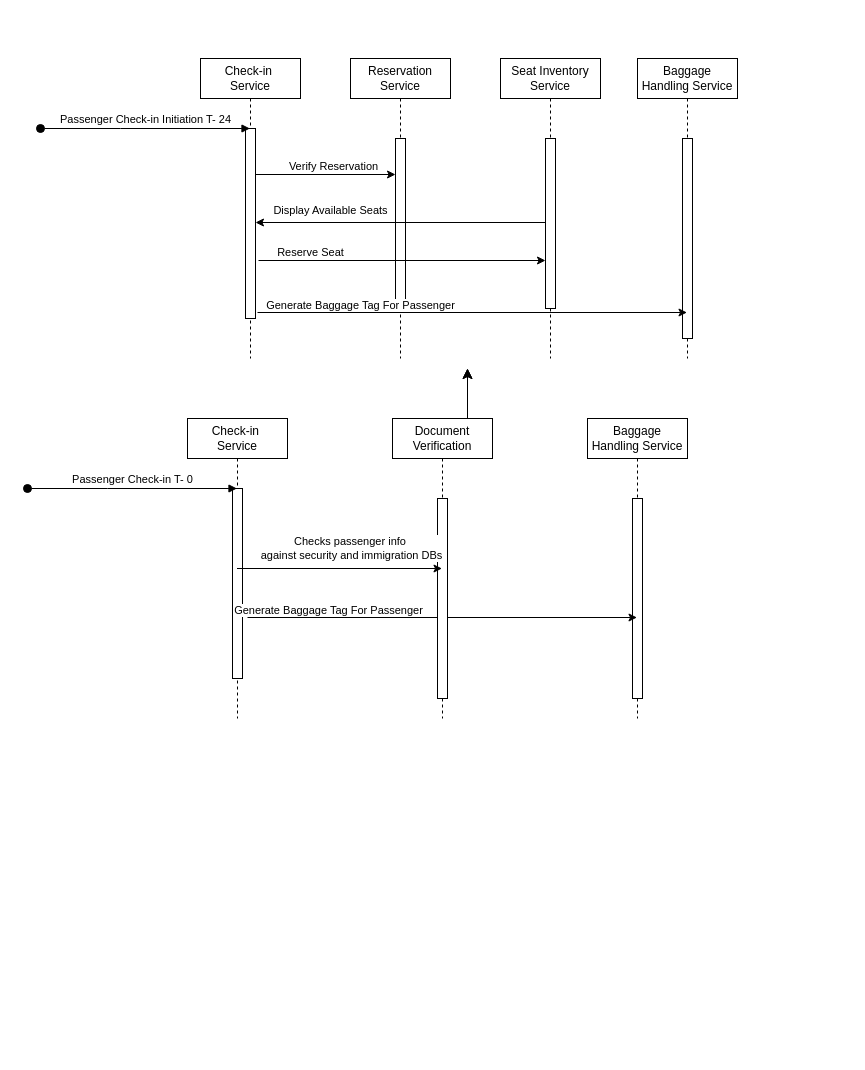
Before: Untitled Diagram.drawio in OrcunColak/drawio, a draw.io diagram. Source tidied: cells renumbered, new cells numbered last; positions are measured from the earlier drawing's top-left corner, leaving out a move shared by most shapes. Both pictures are drawn from the tidied source at 100%, with x=0, y=0 at pixel (27, 58).
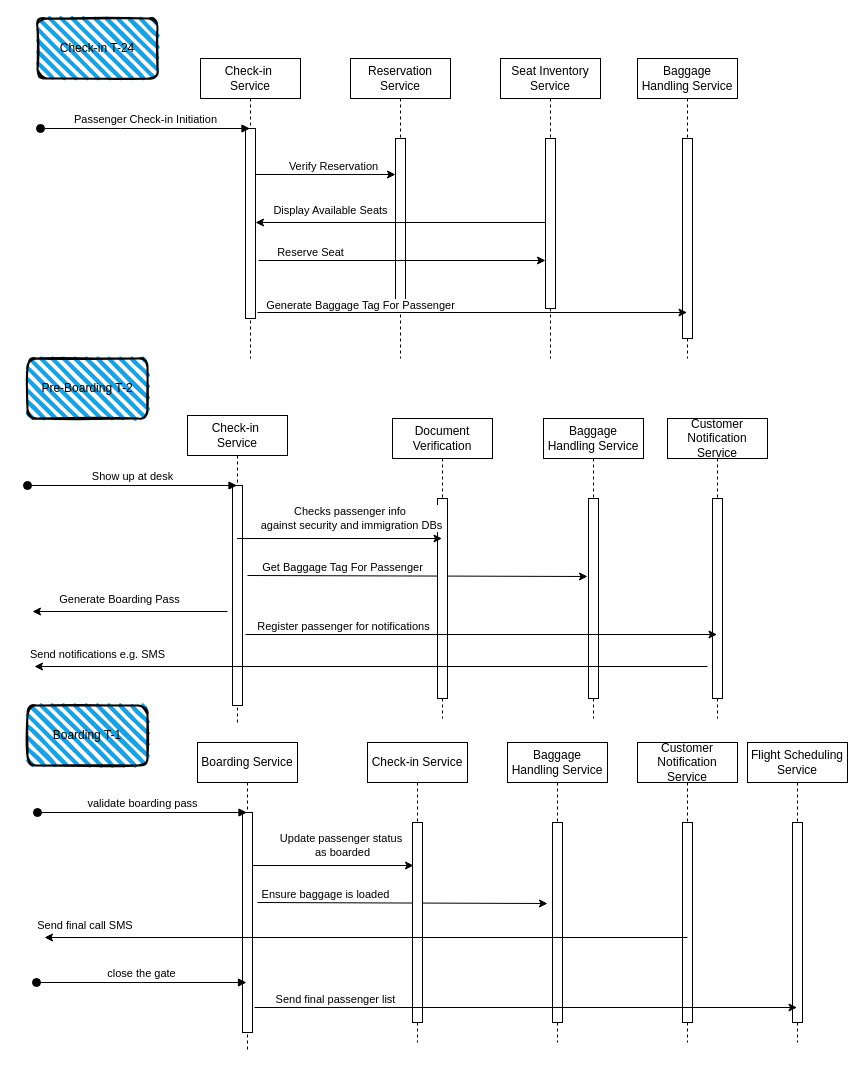
The same diagram, later.

Unchanged cells that the change refers to:
```xml
<mxCell id="2" value="Check-in&amp;nbsp;&lt;div&gt;Service&lt;/div&gt;" style="shape=umlLifeline;perimeter=lifelinePerimeter;whiteSpace=wrap;html=1;outlineConnect=0;portConstraint=eastwest;newEdgeStyle={&quot;edgeStyle&quot;:&quot;elbowEdgeStyle&quot;,&quot;elbow&quot;:&quot;vertical&quot;,&quot;curved&quot;:0,&quot;rounded&quot;:0};" parent="1" vertex="1">
  <mxGeometry x="173" width="100" height="300" as="geometry" />
</mxCell>
<mxCell id="26" value="Document Verification" style="shape=umlLifeline;perimeter=lifelinePerimeter;whiteSpace=wrap;html=1;outlineConnect=0;portConstraint=eastwest;newEdgeStyle={&quot;edgeStyle&quot;:&quot;elbowEdgeStyle&quot;,&quot;elbow&quot;:&quot;vertical&quot;,&quot;curved&quot;:0,&quot;rounded&quot;:0};" parent="1" vertex="1">
  <mxGeometry x="365" y="360" width="100" height="300" as="geometry" />
</mxCell>
```

The edit, as a diff of the source:
```diff
@@
-    <mxCell id="4" value="Passenger Check-in Initiation T- 24" style="html=1;verticalAlign=bottom;startArrow=oval;endArrow=block;startSize=8;edgeStyle=elbowEdgeStyle;elbow=vertical;curved=0;rounded=0;" parent="2" edge="1" target="2">
+    <mxCell id="4" value="Passenger Check-in Initiation" style="html=1;verticalAlign=bottom;startArrow=oval;endArrow=block;startSize=8;edgeStyle=elbowEdgeStyle;elbow=vertical;curved=0;rounded=0;" parent="2" edge="1" target="2">
       <mxGeometry relative="1" as="geometry">
         <mxPoint x="-160" y="70" as="sourcePoint" />
       </mxGeometry>
     </mxCell>
@@
     <mxCell id="19" value="Check-in&amp;nbsp;&lt;div&gt;Service&lt;/div&gt;" style="shape=umlLifeline;perimeter=lifelinePerimeter;whiteSpace=wrap;html=1;outlineConnect=0;portConstraint=eastwest;newEdgeStyle={&quot;edgeStyle&quot;:&quot;elbowEdgeStyle&quot;,&quot;elbow&quot;:&quot;vertical&quot;,&quot;curved&quot;:0,&quot;rounded&quot;:0};" parent="1" vertex="1">
-      <mxGeometry x="160" y="360" width="100" height="300" as="geometry" />
+      <mxGeometry x="160" y="357" width="100" height="310" as="geometry" />
     </mxCell>
     <mxCell id="20" style="html=1;perimeter=orthogonalPerimeter;targetShapes=umlLifeline;newEdgeStyle={&quot;edgeStyle&quot;:&quot;elbowEdgeStyle&quot;,&quot;elbow&quot;:&quot;vertical&quot;,&quot;curved&quot;:0,&quot;rounded&quot;:0};" parent="19" vertex="1">
-      <mxGeometry x="45" y="70" width="10" height="190" as="geometry" />
+      <mxGeometry x="45" y="70" width="10" height="220" as="geometry" />
     </mxCell>
-    <mxCell id="21" value="Passenger Check-in T- 0" style="html=1;verticalAlign=bottom;startArrow=oval;endArrow=block;startSize=8;edgeStyle=elbowEdgeStyle;elbow=vertical;curved=0;rounded=0;" parent="19" edge="1" target="19">
+    <mxCell id="21" value="Show up at desk" style="html=1;verticalAlign=bottom;startArrow=oval;endArrow=block;startSize=8;edgeStyle=elbowEdgeStyle;elbow=vertical;curved=0;rounded=0;" parent="19" edge="1" target="19">
       <mxGeometry relative="1" as="geometry">
         <mxPoint x="-160" y="70" as="sourcePoint" />
       </mxGeometry>
     </mxCell>
     <mxCell id="22" value="Baggage Handling Service" style="shape=umlLifeline;perimeter=lifelinePerimeter;whiteSpace=wrap;html=1;newEdgeStyle={&quot;edgeStyle&quot;:&quot;elbowEdgeStyle&quot;,&quot;elbow&quot;:&quot;vertical&quot;,&quot;curved&quot;:0,&quot;rounded&quot;:0};" parent="1" vertex="1">
-      <mxGeometry x="560" y="360" width="100" height="300" as="geometry" />
+      <mxGeometry x="516" y="360" width="100" height="300" as="geometry" />
     </mxCell>
@@
     <mxCell id="24" style="endArrow=classic;html=1;rounded=0;" parent="1" edge="1">
       <mxGeometry relative="1" as="geometry">
-        <mxPoint x="220" y="559" as="sourcePoint" />
-        <mxPoint x="609.5" y="559" as="targetPoint" />
+        <mxPoint x="220" y="517" as="sourcePoint" />
+        <mxPoint x="560" y="518" as="targetPoint" />
       </mxGeometry>
     </mxCell>
-    <mxCell id="25" value="Generate Baggage Tag For Passenger" style="edgeLabel;html=1;align=center;verticalAlign=middle;" parent="24" vertex="1">
+    <mxCell id="25" value="Get Baggage Tag For Passenger" style="edgeLabel;html=1;align=center;verticalAlign=middle;" parent="24" vertex="1">
       <mxGeometry x="0.1" y="1" relative="1" as="geometry">
-        <mxPoint x="-134" y="-7" as="offset" />
+        <mxPoint x="-93" y="-8" as="offset" />
       </mxGeometry>
     </mxCell>
@@
-    <mxCell id="28" style="endArrow=classic;html=1;rounded=0;" parent="1" edge="1" source="19" target="26">
-      <mxGeometry relative="1" as="geometry" />
+    <mxCell id="28" style="endArrow=classic;html=1;rounded=0;" parent="1" edge="1">
+      <mxGeometry relative="1" as="geometry">
+        <mxPoint x="209.5" y="480" as="sourcePoint" />
+        <mxPoint x="414.5" y="480" as="targetPoint" />
+      </mxGeometry>
     </mxCell>
@@
-    <mxCell id="30" style="edgeStyle=segmentEdgeStyle;endArrow=classic;html=1;curved=0;rounded=0;endSize=8;startSize=8;" parent="1" edge="1">
-      <mxGeometry relative="1" as="geometry">
-        <mxPoint x="390" y="360" as="sourcePoint" />
-        <mxPoint x="440" y="310" as="targetPoint" />
-      </mxGeometry>
-    </mxCell>
-    <mxCell id="31" style="edgeStyle=segmentEdgeStyle;endArrow=classic;html=1;curved=0;rounded=0;endSize=8;startSize=8;" parent="1" edge="1">
-      <mxGeometry relative="1" as="geometry">
-        <mxPoint x="390" y="360" as="sourcePoint" />
-        <mxPoint x="440" y="310" as="targetPoint" />
-      </mxGeometry>
-    </mxCell>
+    <mxCell id="32" style="endArrow=classic;html=1;rounded=0;" parent="1" edge="1">
+      <mxGeometry relative="1" as="geometry">
+        <mxPoint x="200" y="553" as="sourcePoint" />
+        <mxPoint x="5" y="553" as="targetPoint" />
+      </mxGeometry>
+    </mxCell>
+    <mxCell id="33" value="Generate Boarding Pass" style="edgeLabel;html=1;align=center;verticalAlign=middle;" parent="32" vertex="1">
+      <mxGeometry x="-0.43" y="1" relative="1" as="geometry">
+        <mxPoint x="-53" y="-14" as="offset" />
+      </mxGeometry>
+    </mxCell>
+    <mxCell id="34" value="Customer Notification Service" style="shape=umlLifeline;perimeter=lifelinePerimeter;whiteSpace=wrap;html=1;outlineConnect=0;portConstraint=eastwest;newEdgeStyle={&quot;edgeStyle&quot;:&quot;elbowEdgeStyle&quot;,&quot;elbow&quot;:&quot;vertical&quot;,&quot;curved&quot;:0,&quot;rounded&quot;:0};" parent="1" vertex="1">
+      <mxGeometry x="640" y="360" width="100" height="300" as="geometry" />
+    </mxCell>
+    <mxCell id="35" style="html=1;perimeter=orthogonalPerimeter;targetShapes=umlLifeline;newEdgeStyle={&quot;edgeStyle&quot;:&quot;elbowEdgeStyle&quot;,&quot;elbow&quot;:&quot;vertical&quot;,&quot;curved&quot;:0,&quot;rounded&quot;:0};" parent="34" vertex="1">
+      <mxGeometry x="45" y="80" width="10" height="200" as="geometry" />
+    </mxCell>
+    <mxCell id="36" style="endArrow=classic;html=1;rounded=0;" parent="1" edge="1" target="34">
+      <mxGeometry relative="1" as="geometry">
+        <mxPoint x="218" y="576" as="sourcePoint" />
+      </mxGeometry>
+    </mxCell>
+    <mxCell id="37" value="Register passenger for notifications" style="edgeLabel;html=1;align=center;verticalAlign=middle;" parent="36" vertex="1">
+      <mxGeometry x="0.1" y="1" relative="1" as="geometry">
+        <mxPoint x="-162" y="-8" as="offset" />
+      </mxGeometry>
+    </mxCell>
+    <mxCell id="38" style="endArrow=classic;html=1;rounded=0;" parent="1" edge="1">
+      <mxGeometry relative="1" as="geometry">
+        <mxPoint x="680" y="608" as="sourcePoint" />
+        <mxPoint x="7" y="608" as="targetPoint" />
+      </mxGeometry>
+    </mxCell>
+    <mxCell id="39" value="Send notifications e.g. SMS" style="edgeLabel;html=1;align=center;verticalAlign=middle;" parent="38" vertex="1">
+      <mxGeometry x="-0.43" y="1" relative="1" as="geometry">
+        <mxPoint x="-419" y="-14" as="offset" />
+      </mxGeometry>
+    </mxCell>
+    <mxCell id="40" value="Boarding Service" style="shape=umlLifeline;perimeter=lifelinePerimeter;whiteSpace=wrap;html=1;outlineConnect=0;portConstraint=eastwest;newEdgeStyle={&quot;edgeStyle&quot;:&quot;elbowEdgeStyle&quot;,&quot;elbow&quot;:&quot;vertical&quot;,&quot;curved&quot;:0,&quot;rounded&quot;:0};" parent="1" vertex="1">
+      <mxGeometry x="170" y="684" width="100" height="310" as="geometry" />
+    </mxCell>
+    <mxCell id="41" style="html=1;perimeter=orthogonalPerimeter;targetShapes=umlLifeline;newEdgeStyle={&quot;edgeStyle&quot;:&quot;elbowEdgeStyle&quot;,&quot;elbow&quot;:&quot;vertical&quot;,&quot;curved&quot;:0,&quot;rounded&quot;:0};" parent="40" vertex="1">
+      <mxGeometry x="45" y="70" width="10" height="220" as="geometry" />
+    </mxCell>
+    <mxCell id="42" value="validate boarding pass" style="html=1;verticalAlign=bottom;startArrow=oval;endArrow=block;startSize=8;edgeStyle=elbowEdgeStyle;elbow=vertical;curved=0;rounded=0;" parent="40" edge="1" target="40">
+      <mxGeometry relative="1" as="geometry">
+        <mxPoint x="-160" y="70" as="sourcePoint" />
+      </mxGeometry>
+    </mxCell>
+    <mxCell id="43" value="Baggage Handling Service" style="shape=umlLifeline;perimeter=lifelinePerimeter;whiteSpace=wrap;html=1;newEdgeStyle={&quot;edgeStyle&quot;:&quot;elbowEdgeStyle&quot;,&quot;elbow&quot;:&quot;vertical&quot;,&quot;curved&quot;:0,&quot;rounded&quot;:0};" parent="1" vertex="1">
+      <mxGeometry x="480" y="684" width="100" height="300" as="geometry" />
+    </mxCell>
+    <mxCell id="44" style="html=1;perimeter=orthogonalPerimeter;targetShapes=umlLifeline;newEdgeStyle={&quot;edgeStyle&quot;:&quot;elbowEdgeStyle&quot;,&quot;elbow&quot;:&quot;vertical&quot;,&quot;curved&quot;:0,&quot;rounded&quot;:0};" parent="43" vertex="1">
+      <mxGeometry x="45" y="80" width="10" height="200" as="geometry" />
+    </mxCell>
+    <mxCell id="45" style="endArrow=classic;html=1;rounded=0;" parent="1" edge="1">
+      <mxGeometry relative="1" as="geometry">
+        <mxPoint x="230" y="844" as="sourcePoint" />
+        <mxPoint x="520" y="845" as="targetPoint" />
+      </mxGeometry>
+    </mxCell>
+    <mxCell id="46" value="Ensure baggage is loaded" style="edgeLabel;html=1;align=center;verticalAlign=middle;" parent="45" vertex="1">
+      <mxGeometry x="0.1" y="1" relative="1" as="geometry">
+        <mxPoint x="-93" y="-8" as="offset" />
+      </mxGeometry>
+    </mxCell>
+    <mxCell id="47" value="Check-in Service" style="shape=umlLifeline;perimeter=lifelinePerimeter;whiteSpace=wrap;html=1;newEdgeStyle={&quot;edgeStyle&quot;:&quot;elbowEdgeStyle&quot;,&quot;elbow&quot;:&quot;vertical&quot;,&quot;curved&quot;:0,&quot;rounded&quot;:0};" parent="1" vertex="1">
+      <mxGeometry x="340" y="684" width="100" height="300" as="geometry" />
+    </mxCell>
+    <mxCell id="48" style="html=1;perimeter=orthogonalPerimeter;targetShapes=umlLifeline;newEdgeStyle={&quot;edgeStyle&quot;:&quot;elbowEdgeStyle&quot;,&quot;elbow&quot;:&quot;vertical&quot;,&quot;curved&quot;:0,&quot;rounded&quot;:0};" parent="47" vertex="1">
+      <mxGeometry x="45" y="80" width="10" height="200" as="geometry" />
+    </mxCell>
+    <mxCell id="49" style="endArrow=classic;html=1;rounded=0;" parent="1" edge="1">
+      <mxGeometry relative="1" as="geometry">
+        <mxPoint x="225.5" y="807" as="sourcePoint" />
+        <mxPoint x="386" y="807" as="targetPoint" />
+      </mxGeometry>
+    </mxCell>
+    <mxCell id="50" value="Update passenger status&amp;nbsp;&lt;div&gt;as boarded&lt;/div&gt;" style="edgeLabel;html=1;align=center;verticalAlign=middle;" parent="49" vertex="1">
+      <mxGeometry x="0.11" y="-1" relative="1" as="geometry">
+        <mxPoint y="-22" as="offset" />
+      </mxGeometry>
+    </mxCell>
+    <mxCell id="51" value="Customer Notification Service" style="shape=umlLifeline;perimeter=lifelinePerimeter;whiteSpace=wrap;html=1;newEdgeStyle={&quot;edgeStyle&quot;:&quot;elbowEdgeStyle&quot;,&quot;elbow&quot;:&quot;vertical&quot;,&quot;curved&quot;:0,&quot;rounded&quot;:0};" parent="1" vertex="1">
+      <mxGeometry x="610" y="684" width="100" height="300" as="geometry" />
+    </mxCell>
+    <mxCell id="52" style="html=1;perimeter=orthogonalPerimeter;targetShapes=umlLifeline;newEdgeStyle={&quot;edgeStyle&quot;:&quot;elbowEdgeStyle&quot;,&quot;elbow&quot;:&quot;vertical&quot;,&quot;curved&quot;:0,&quot;rounded&quot;:0};" parent="51" vertex="1">
+      <mxGeometry x="45" y="80" width="10" height="200" as="geometry" />
+    </mxCell>
+    <mxCell id="53" value="Boarding T-1" style="rounded=1;whiteSpace=wrap;html=1;strokeWidth=2;fillWeight=4;hachureGap=8;hachureAngle=45;fillColor=#1ba1e2;sketch=1;" parent="1" vertex="1">
+      <mxGeometry y="647" width="120" height="60" as="geometry" />
+    </mxCell>
+    <mxCell id="54" value="Pre-Boarding T-2" style="rounded=1;whiteSpace=wrap;html=1;strokeWidth=2;fillWeight=4;hachureGap=8;hachureAngle=45;fillColor=#1ba1e2;sketch=1;" parent="1" vertex="1">
+      <mxGeometry y="300" width="120" height="60" as="geometry" />
+    </mxCell>
+    <mxCell id="55" value="Check-in T-24" style="rounded=1;whiteSpace=wrap;html=1;strokeWidth=2;fillWeight=4;hachureGap=8;hachureAngle=45;fillColor=#1ba1e2;sketch=1;" parent="1" vertex="1">
+      <mxGeometry x="10" y="-40" width="120" height="60" as="geometry" />
+    </mxCell>
+    <mxCell id="56" style="endArrow=classic;html=1;rounded=0;" parent="1" edge="1">
+      <mxGeometry relative="1" as="geometry">
+        <mxPoint x="660" y="879" as="sourcePoint" />
+        <mxPoint x="17" y="879" as="targetPoint" />
+      </mxGeometry>
+    </mxCell>
+    <mxCell id="57" value="Send final call SMS&amp;nbsp;" style="edgeLabel;html=1;align=center;verticalAlign=middle;" parent="56" vertex="1">
+      <mxGeometry x="-0.43" y="1" relative="1" as="geometry">
+        <mxPoint x="-419" y="-14" as="offset" />
+      </mxGeometry>
+    </mxCell>
+    <mxCell id="58" value="close the gate" style="html=1;verticalAlign=bottom;startArrow=oval;endArrow=block;startSize=8;edgeStyle=elbowEdgeStyle;elbow=horizontal;curved=0;rounded=0;" parent="1" edge="1">
+      <mxGeometry relative="1" as="geometry">
+        <mxPoint x="9" y="924" as="sourcePoint" />
+        <mxPoint x="219" y="924" as="targetPoint" />
+      </mxGeometry>
+    </mxCell>
+    <mxCell id="59" value="Flight Scheduling Service" style="shape=umlLifeline;perimeter=lifelinePerimeter;whiteSpace=wrap;html=1;outlineConnect=0;portConstraint=eastwest;newEdgeStyle={&quot;edgeStyle&quot;:&quot;elbowEdgeStyle&quot;,&quot;elbow&quot;:&quot;vertical&quot;,&quot;curved&quot;:0,&quot;rounded&quot;:0};" parent="1" vertex="1">
+      <mxGeometry x="720" y="684" width="100" height="300" as="geometry" />
+    </mxCell>
+    <mxCell id="60" style="html=1;perimeter=orthogonalPerimeter;targetShapes=umlLifeline;newEdgeStyle={&quot;edgeStyle&quot;:&quot;elbowEdgeStyle&quot;,&quot;elbow&quot;:&quot;vertical&quot;,&quot;curved&quot;:0,&quot;rounded&quot;:0};" parent="59" vertex="1">
+      <mxGeometry x="45" y="80" width="10" height="200" as="geometry" />
+    </mxCell>
+    <mxCell id="61" style="endArrow=classic;html=1;rounded=0;" parent="1" edge="1" target="59">
+      <mxGeometry relative="1" as="geometry">
+        <mxPoint x="227" y="949" as="sourcePoint" />
+      </mxGeometry>
+    </mxCell>
+    <mxCell id="62" value="Send final passenger list" style="edgeLabel;html=1;align=center;verticalAlign=middle;" parent="61" vertex="1">
+      <mxGeometry x="0.1" y="1" relative="1" as="geometry">
+        <mxPoint x="-218" y="-8" as="offset" />
+      </mxGeometry>
+    </mxCell>
```
